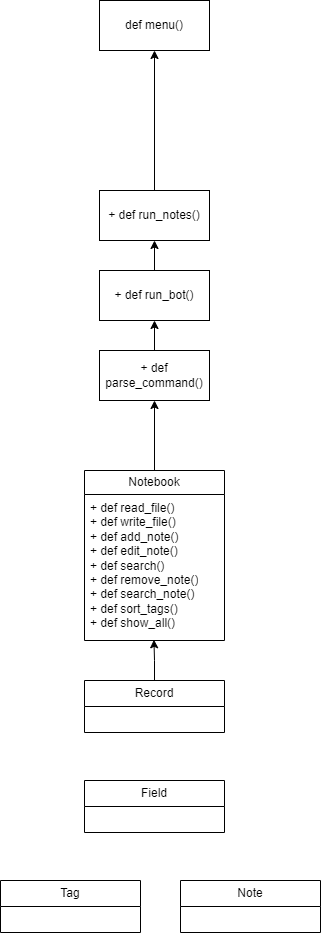
The draw.io diagram Untitled Diagram.drawio.png in dragomar14/WEB-HW-01, before a commit. Source tidied: cells renumbered, new cells last; positions are measured from the earlier drawing's top-left corner, leaving out a move shared by most shapes.
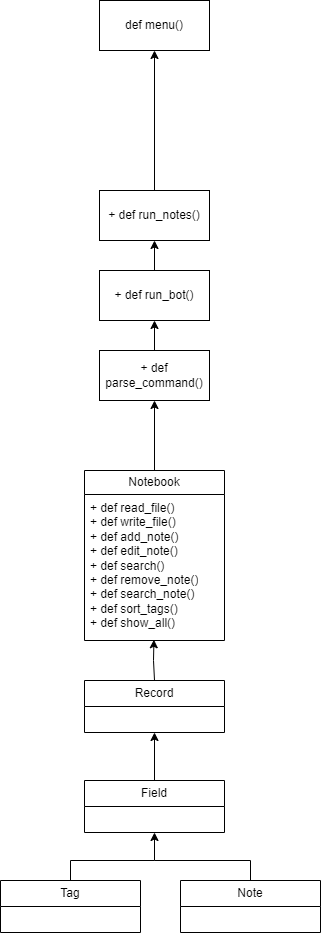
After the commit.

Change to the diagram source:
```diff
@@ -33,7 +33,12 @@
       <mxGeometry y="24" width="140" height="146" as="geometry" />
     </mxCell>
     <mxCell id="12" style="edgeStyle=orthogonalEdgeStyle;rounded=0;jettySize=auto;html=1;exitX=0.5;exitY=0;exitDx=0;exitDy=0;entryX=0.496;entryY=0.995;entryDx=0;entryDy=0;entryPerimeter=0;" parent="1" edge="1" source="13" target="11">
-      <mxGeometry relative="1" as="geometry" />
+      <mxGeometry relative="1" as="geometry">
+        <Array as="points">
+          <mxPoint x="153" y="680" />
+          <mxPoint x="153" y="660" />
+        </Array>
+      </mxGeometry>
     </mxCell>
     <mxCell id="13" value="Record" style="swimlane;fontStyle=0;horizontal=1;startSize=26;fillColor=none;whiteSpace=wrap;html=1;" parent="1" vertex="1">
       <mxGeometry x="84" y="680" width="140" height="52" as="geometry" />
@@ -47,5 +52,25 @@
     <mxCell id="16" value="Note" style="swimlane;fontStyle=0;horizontal=1;startSize=26;fillColor=none;whiteSpace=wrap;html=1;" parent="1" vertex="1">
       <mxGeometry x="180" y="880" width="140" height="52" as="geometry" />
     </mxCell>
+    <mxCell id="17" style="endArrow=classic;html=1;rounded=0;entryX=0.5;entryY=1;entryDx=0;entryDy=0;" parent="1" edge="1" target="14">
+      <mxGeometry relative="1" as="geometry">
+        <mxPoint x="70" y="880" as="sourcePoint" />
+        <Array as="points">
+          <mxPoint x="70" y="860" />
+          <mxPoint x="154" y="860" />
+        </Array>
+      </mxGeometry>
+    </mxCell>
+    <mxCell id="18" style="endArrow=none;html=1;rounded=0;entryX=0.5;entryY=0;entryDx=0;entryDy=0;" parent="1" edge="1" target="16">
+      <mxGeometry relative="1" as="geometry">
+        <mxPoint x="154" y="860" as="sourcePoint" />
+        <Array as="points">
+          <mxPoint x="250" y="860" />
+        </Array>
+      </mxGeometry>
+    </mxCell>
+    <mxCell id="19" style="endArrow=classic;html=1;rounded=0;entryX=0.5;entryY=1;entryDx=0;entryDy=0;exitX=0.5;exitY=0;exitDx=0;exitDy=0;" parent="1" edge="1" source="14" target="13">
+      <mxGeometry relative="1" as="geometry" />
+    </mxCell>
   </root>
 </mxGraphModel>
```
